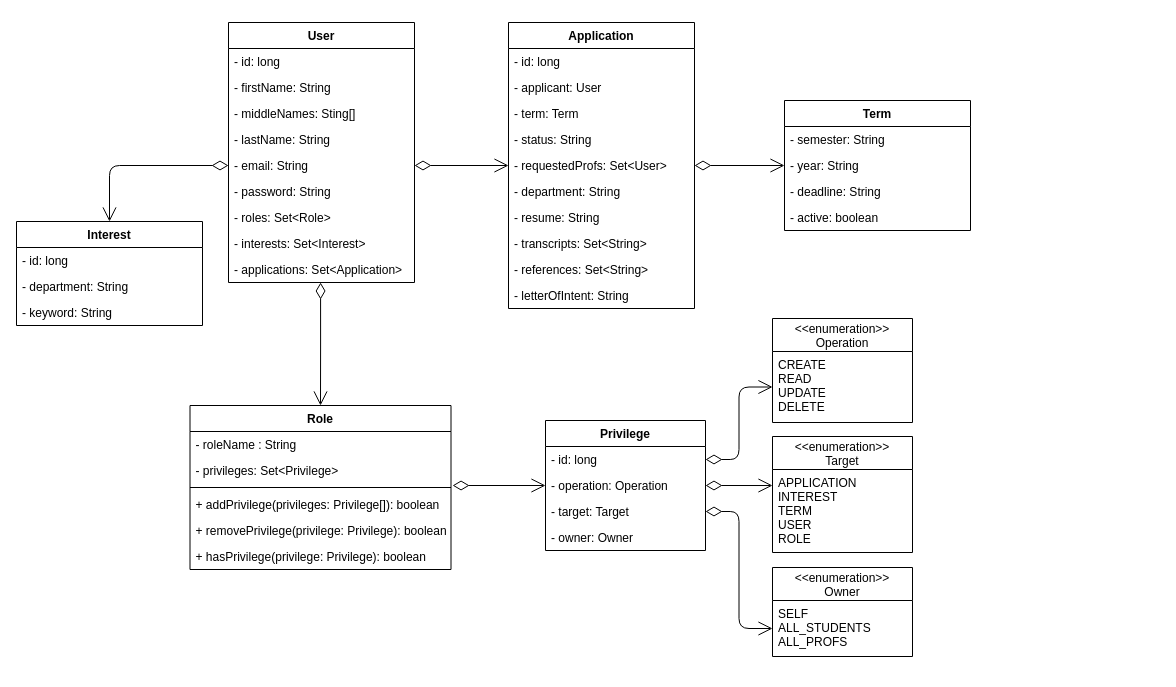
Above: page "Class Diagram" (1 of 2) of diagrams/diagrams.drawio in CameronRushton/Graduate-Admission-System (draw.io), before the change. Source tidied: cells renumbered, new cells numbered last; positions are measured from the earlier drawing's top-left corner, leaving out a move shared by most shapes. Both pictures are drawn from the tidied source at 100%, with x=0, y=0 at pixel (16, 22).
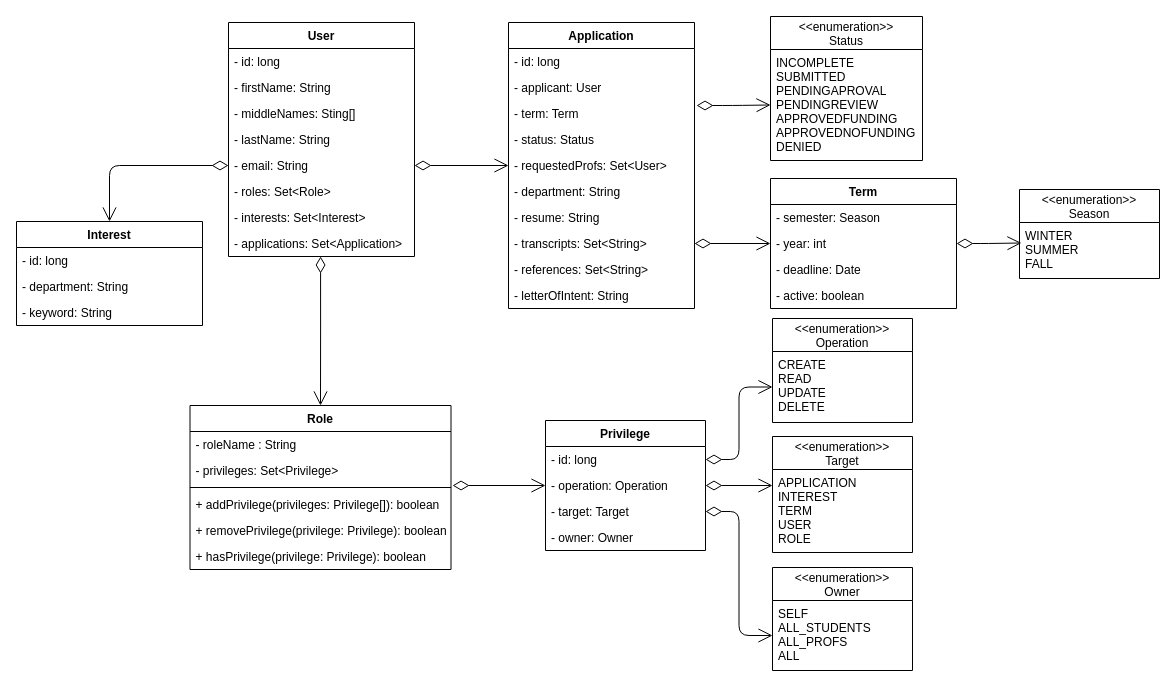
The same page after the edit.

Unchanged cells that the change refers to:
```xml
<mxCell id="39" value="Application" style="swimlane;fontStyle=1;align=center;verticalAlign=top;horizontal=1;startSize=26;" parent="1" vertex="1">
  <mxGeometry x="492" width="186" height="286" as="geometry" />
</mxCell>
<mxCell id="42" value="- term: Term" style="text;strokeColor=none;fillColor=none;align=left;verticalAlign=top;spacingLeft=4;spacingRight=4;overflow=hidden;points=[[0,0.5],[1,0.5]];portConstraint=eastwest;" parent="39" vertex="1">
  <mxGeometry y="78" width="186" height="26" as="geometry" />
</mxCell>
<mxCell id="44" value="- requestedProfs: Set&lt;User&gt;" style="text;strokeColor=none;fillColor=none;align=left;verticalAlign=top;spacingLeft=4;spacingRight=4;overflow=hidden;points=[[0,0.5],[1,0.5]];portConstraint=eastwest;" parent="39" vertex="1">
  <mxGeometry y="130" width="186" height="26" as="geometry" />
</mxCell>
<mxCell id="47" value="- transcripts: Set&lt;String&gt;" style="text;strokeColor=none;fillColor=none;align=left;verticalAlign=top;spacingLeft=4;spacingRight=4;overflow=hidden;points=[[0,0.5],[1,0.5]];portConstraint=eastwest;" parent="39" vertex="1">
  <mxGeometry y="208" width="186" height="26" as="geometry" />
</mxCell>
```

Diff of the diagram source:
```diff
@@
     <mxCell id="11" value="&lt;&lt;enumeration&gt;&gt;&#10;Owner" style="swimlane;fontStyle=0;horizontal=1;startSize=33;fillColor=none;" parent="1" vertex="1">
-      <mxGeometry x="756" y="545" width="140" height="89" as="geometry" />
+      <mxGeometry x="756" y="545" width="140" height="103" as="geometry" />
     </mxCell>
-    <mxCell id="12" value="SELF&#10;ALL_STUDENTS&#10;ALL_PROFS" style="text;strokeColor=none;fillColor=none;align=left;verticalAlign=top;spacingLeft=4;spacingRight=4;overflow=hidden;points=[[0,0.5],[1,0.5]];portConstraint=eastwest;" parent="11" vertex="1">
-      <mxGeometry y="33" width="140" height="56" as="geometry" />
+    <mxCell id="12" value="SELF&#10;ALL_STUDENTS&#10;ALL_PROFS&#10;ALL" style="text;strokeColor=none;fillColor=none;align=left;verticalAlign=top;spacingLeft=4;spacingRight=4;overflow=hidden;points=[[0,0.5],[1,0.5]];portConstraint=eastwest;" parent="11" vertex="1">
+      <mxGeometry y="33" width="140" height="70" as="geometry" />
     </mxCell>
@@
     <mxCell id="20" value="User" style="swimlane;fontStyle=1;align=center;verticalAlign=top;horizontal=1;startSize=26;" parent="1" vertex="1">
-      <mxGeometry x="212" width="186" height="260" as="geometry" />
+      <mxGeometry x="212" width="186" height="234" as="geometry" />
     </mxCell>
@@
-    <mxCell id="26" value="- password: String" style="text;strokeColor=none;fillColor=none;align=left;verticalAlign=top;spacingLeft=4;spacingRight=4;overflow=hidden;" parent="20" vertex="1">
-      <mxGeometry y="156" width="186" height="26" as="geometry" />
-    </mxCell>
     <mxCell id="27" value="- roles: Set&lt;Role&gt;" style="text;strokeColor=none;fillColor=none;align=left;verticalAlign=top;spacingLeft=4;spacingRight=4;overflow=hidden;" parent="20" vertex="1">
-      <mxGeometry y="182" width="186" height="26" as="geometry" />
+      <mxGeometry y="156" width="186" height="26" as="geometry" />
     </mxCell>
     <mxCell id="28" value="- interests: Set&lt;Interest&gt;" style="text;strokeColor=none;fillColor=none;align=left;verticalAlign=top;spacingLeft=4;spacingRight=4;overflow=hidden;" parent="20" vertex="1">
-      <mxGeometry y="208" width="186" height="26" as="geometry" />
+      <mxGeometry y="182" width="186" height="26" as="geometry" />
     </mxCell>
     <mxCell id="29" value="- applications: Set&lt;Application&gt;" style="text;strokeColor=none;fillColor=none;align=left;verticalAlign=top;spacingLeft=4;spacingRight=4;overflow=hidden;points=[[0,0.5],[1,0.5]];portConstraint=eastwest;" parent="20" vertex="1">
-      <mxGeometry y="234" width="186" height="26" as="geometry" />
+      <mxGeometry y="208" width="186" height="26" as="geometry" />
     </mxCell>
@@
-    <mxCell id="34" value="Term" style="swimlane;fontStyle=1;align=center;verticalAlign=top;horizontal=1;startSize=26;" parent="1" vertex="1">
-      <mxGeometry x="768" y="78" width="186" height="130" as="geometry" />
-    </mxCell>
-    <mxCell id="35" value="- semester: String" style="text;strokeColor=none;fillColor=none;align=left;verticalAlign=top;spacingLeft=4;spacingRight=4;overflow=hidden;" parent="34" vertex="1">
-      <mxGeometry y="26" width="186" height="26" as="geometry" />
-    </mxCell>
-    <mxCell id="36" value="- year: String" style="text;strokeColor=none;fillColor=none;align=left;verticalAlign=top;spacingLeft=4;spacingRight=4;overflow=hidden;points=[[0,0.5],[1,0.5]];portConstraint=eastwest;" parent="34" vertex="1">
-      <mxGeometry y="52" width="186" height="26" as="geometry" />
-    </mxCell>
-    <mxCell id="37" value="- deadline: String" style="text;strokeColor=none;fillColor=none;align=left;verticalAlign=top;spacingLeft=4;spacingRight=4;overflow=hidden;" parent="34" vertex="1">
-      <mxGeometry y="78" width="186" height="26" as="geometry" />
-    </mxCell>
-    <mxCell id="38" value="- active: boolean" style="text;strokeColor=none;fillColor=none;align=left;verticalAlign=top;spacingLeft=4;spacingRight=4;overflow=hidden;" parent="34" vertex="1">
-      <mxGeometry y="104" width="186" height="26" as="geometry" />
-    </mxCell>
@@
-    <mxCell id="43" value="- status: String" style="text;strokeColor=none;fillColor=none;align=left;verticalAlign=top;spacingLeft=4;spacingRight=4;overflow=hidden;" parent="39" vertex="1">
+    <mxCell id="43" value="- status: Status" style="text;strokeColor=none;fillColor=none;align=left;verticalAlign=top;spacingLeft=4;spacingRight=4;overflow=hidden;" parent="39" vertex="1">
       <mxGeometry y="104" width="186" height="26" as="geometry" />
     </mxCell>
@@
-    <mxCell id="50" style="endArrow=open;html=1;endSize=12;startArrow=diamondThin;startSize=14;startFill=0;edgeStyle=orthogonalEdgeStyle;align=left;verticalAlign=bottom;exitX=1;exitY=0.5;exitDx=0;exitDy=0;entryX=0;entryY=0.5;entryDx=0;entryDy=0;" parent="1" edge="1" source="44" target="36">
+    <mxCell id="50" style="endArrow=open;html=1;endSize=12;startArrow=diamondThin;startSize=14;startFill=0;edgeStyle=orthogonalEdgeStyle;align=left;verticalAlign=bottom;exitX=1;exitY=0.5;exitDx=0;exitDy=0;entryX=0;entryY=0.5;entryDx=0;entryDy=0;" parent="1" edge="1" source="47" target="36">
       <mxGeometry x="-1" y="3" relative="1" as="geometry" />
     </mxCell>
@@
+    <mxCell id="34" value="Term" style="swimlane;fontStyle=1;align=center;verticalAlign=top;horizontal=1;startSize=26;" parent="1" vertex="1">
+      <mxGeometry x="754" y="156" width="186" height="130" as="geometry" />
+    </mxCell>
+    <mxCell id="35" value="- semester: Season" style="text;strokeColor=none;fillColor=none;align=left;verticalAlign=top;spacingLeft=4;spacingRight=4;overflow=hidden;" parent="34" vertex="1">
+      <mxGeometry y="26" width="186" height="26" as="geometry" />
+    </mxCell>
+    <mxCell id="36" value="- year: int" style="text;strokeColor=none;fillColor=none;align=left;verticalAlign=top;spacingLeft=4;spacingRight=4;overflow=hidden;points=[[0,0.5],[1,0.5]];portConstraint=eastwest;" parent="34" vertex="1">
+      <mxGeometry y="52" width="186" height="26" as="geometry" />
+    </mxCell>
+    <mxCell id="37" value="- deadline: Date" style="text;strokeColor=none;fillColor=none;align=left;verticalAlign=top;spacingLeft=4;spacingRight=4;overflow=hidden;" parent="34" vertex="1">
+      <mxGeometry y="78" width="186" height="26" as="geometry" />
+    </mxCell>
+    <mxCell id="38" value="- active: boolean" style="text;strokeColor=none;fillColor=none;align=left;verticalAlign=top;spacingLeft=4;spacingRight=4;overflow=hidden;" parent="34" vertex="1">
+      <mxGeometry y="104" width="186" height="26" as="geometry" />
+    </mxCell>
+    <mxCell id="58" style="endArrow=open;html=1;endSize=12;startArrow=diamondThin;startSize=14;startFill=0;edgeStyle=orthogonalEdgeStyle;align=left;verticalAlign=bottom;exitX=1;exitY=0.5;exitDx=0;exitDy=0;entryX=0.014;entryY=0.366;entryDx=0;entryDy=0;entryPerimeter=0;" parent="1" edge="1" source="36" target="60">
+      <mxGeometry x="-1" y="3" relative="1" as="geometry" />
+    </mxCell>
+    <mxCell id="59" value="&lt;&lt;enumeration&gt;&gt;&#10;Season" style="swimlane;fontStyle=0;horizontal=1;startSize=33;fillColor=none;" parent="1" vertex="1">
+      <mxGeometry x="1003" y="167" width="140" height="89" as="geometry" />
+    </mxCell>
+    <mxCell id="60" value="WINTER&#10;SUMMER&#10;FALL" style="text;strokeColor=none;fillColor=none;align=left;verticalAlign=top;spacingLeft=4;spacingRight=4;overflow=hidden;points=[[0,0.5],[1,0.5]];portConstraint=eastwest;" parent="59" vertex="1">
+      <mxGeometry y="33" width="140" height="56" as="geometry" />
+    </mxCell>
+    <mxCell id="61" style="endArrow=open;html=1;endSize=12;startArrow=diamondThin;startSize=14;startFill=0;edgeStyle=orthogonalEdgeStyle;align=left;verticalAlign=bottom;exitX=1.011;exitY=0.192;exitDx=0;exitDy=0;entryX=0;entryY=0.5;entryDx=0;entryDy=0;exitPerimeter=0;" parent="1" edge="1" source="42" target="63">
+      <mxGeometry x="-1" y="3" relative="1" as="geometry" />
+    </mxCell>
+    <mxCell id="62" value="&lt;&lt;enumeration&gt;&gt;&#10;Status" style="swimlane;fontStyle=0;horizontal=1;startSize=33;fillColor=none;" parent="1" vertex="1">
+      <mxGeometry x="754" y="-6" width="152" height="144" as="geometry" />
+    </mxCell>
+    <mxCell id="63" value="INCOMPLETE&#10;SUBMITTED&#10;PENDINGAPROVAL&#10;PENDINGREVIEW&#10;APPROVEDFUNDING&#10;APPROVEDNOFUNDING&#10;DENIED" style="text;strokeColor=none;fillColor=none;align=left;verticalAlign=top;spacingLeft=4;spacingRight=4;overflow=hidden;points=[[0,0.5],[1,0.5]];portConstraint=eastwest;" parent="62" vertex="1">
+      <mxGeometry y="33" width="152" height="111" as="geometry" />
+    </mxCell>
```
